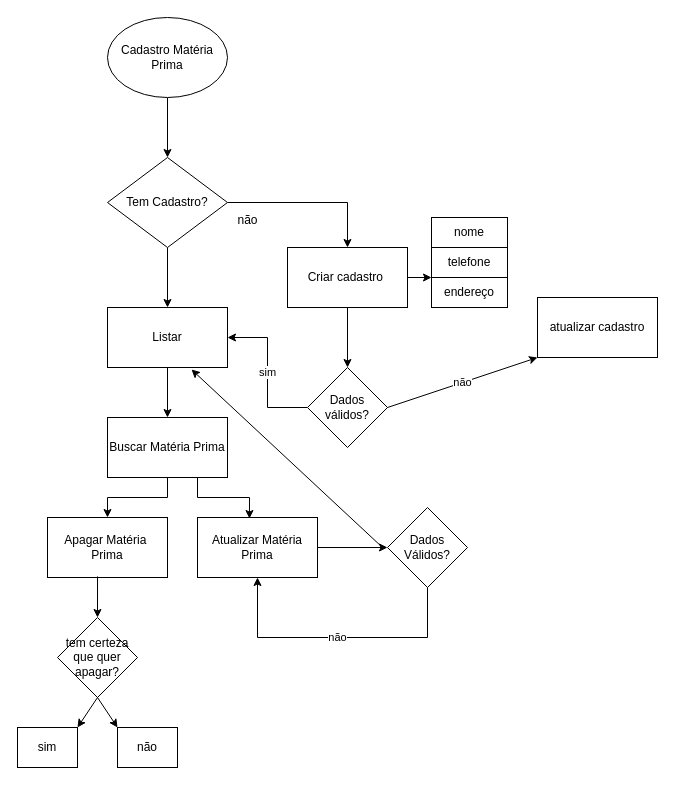
Above: doc/fluxograma.materiaprima.drawio in marieduas/fluxograma_ (draw.io), before the change. Source tidied: cells renumbered, new cells numbered last; positions are measured from the earlier drawing's top-left corner, leaving out a move shared by most shapes. Both pictures are drawn from the tidied source at 100%, with x=0, y=0 at pixel (17, 17).
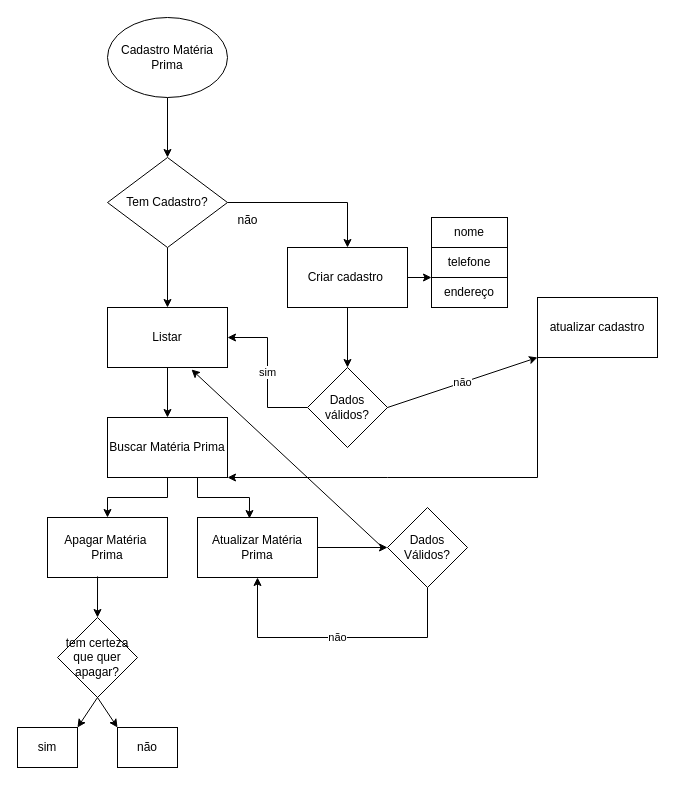
The same page after the edit.

The change refers to these unchanged cells:
```xml
<mxCell id="12" value="Buscar Matéria Prima" style="rounded=0;whiteSpace=wrap;html=1;" parent="1" vertex="1">
  <mxGeometry x="90" y="400" width="120" height="60" as="geometry" />
</mxCell>
<mxCell id="26" value="atualizar cadastro" style="rounded=0;whiteSpace=wrap;html=1;" parent="1" vertex="1">
  <mxGeometry x="520" y="280" width="120" height="60" as="geometry" />
</mxCell>
```

Diff of the diagram source:
```diff
@@
+    <mxCell id="35" style="endArrow=classic;html=1;rounded=0;exitX=0;exitY=1;exitDx=0;exitDy=0;entryX=1;entryY=1;entryDx=0;entryDy=0;" parent="1" edge="1" source="26" target="12">
+      <mxGeometry relative="1" as="geometry">
+        <Array as="points">
+          <mxPoint x="520" y="460" />
+          <mxPoint x="370" y="460" />
+        </Array>
+      </mxGeometry>
+    </mxCell>
```
